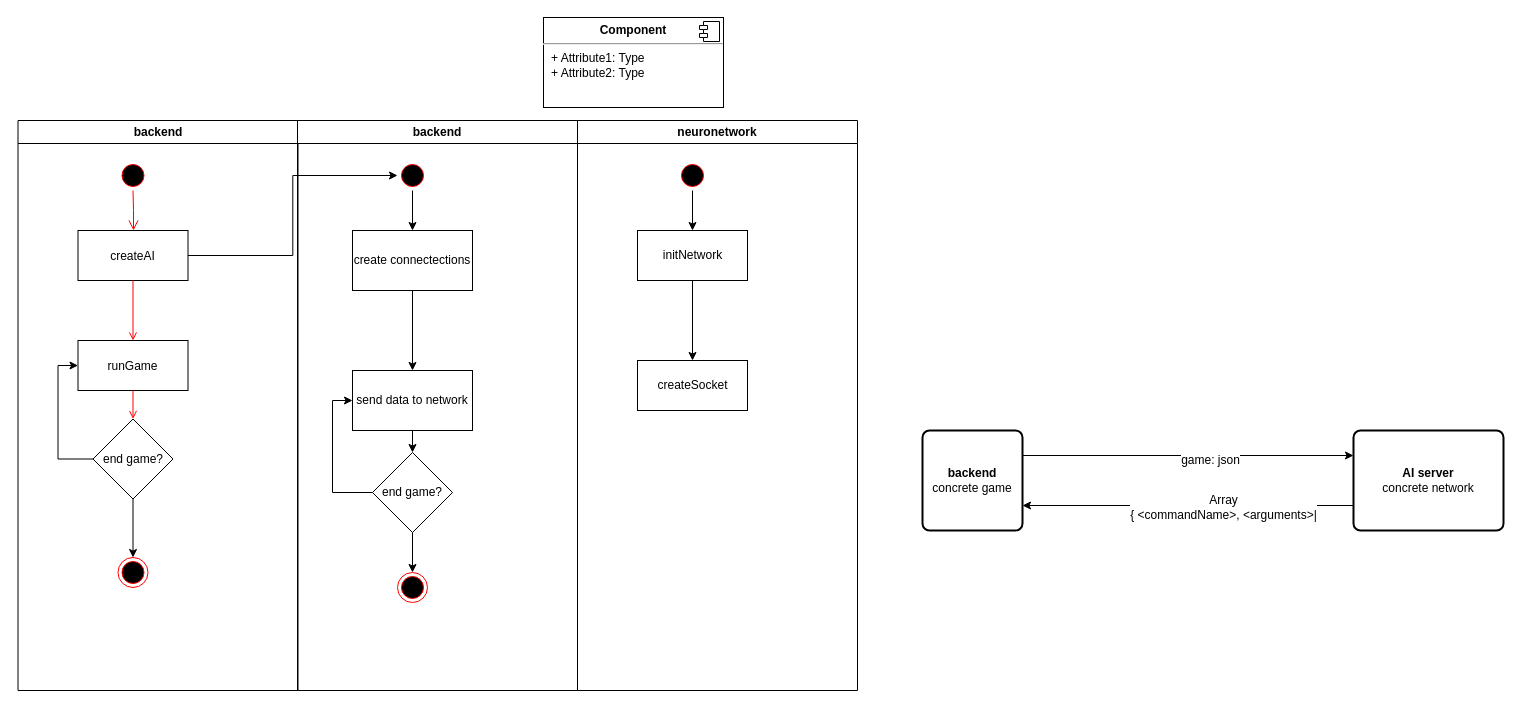
Above: Игрок против ИИ/AI mamagment.drawio in 7kia/dissertation-of-master-student (draw.io), before the change. Source tidied: cells renumbered, new cells numbered last; positions are measured from the earlier drawing's top-left corner, leaving out a move shared by most shapes. Both pictures are drawn from the tidied source at 100%, with x=0, y=0 at pixel (17, 17).
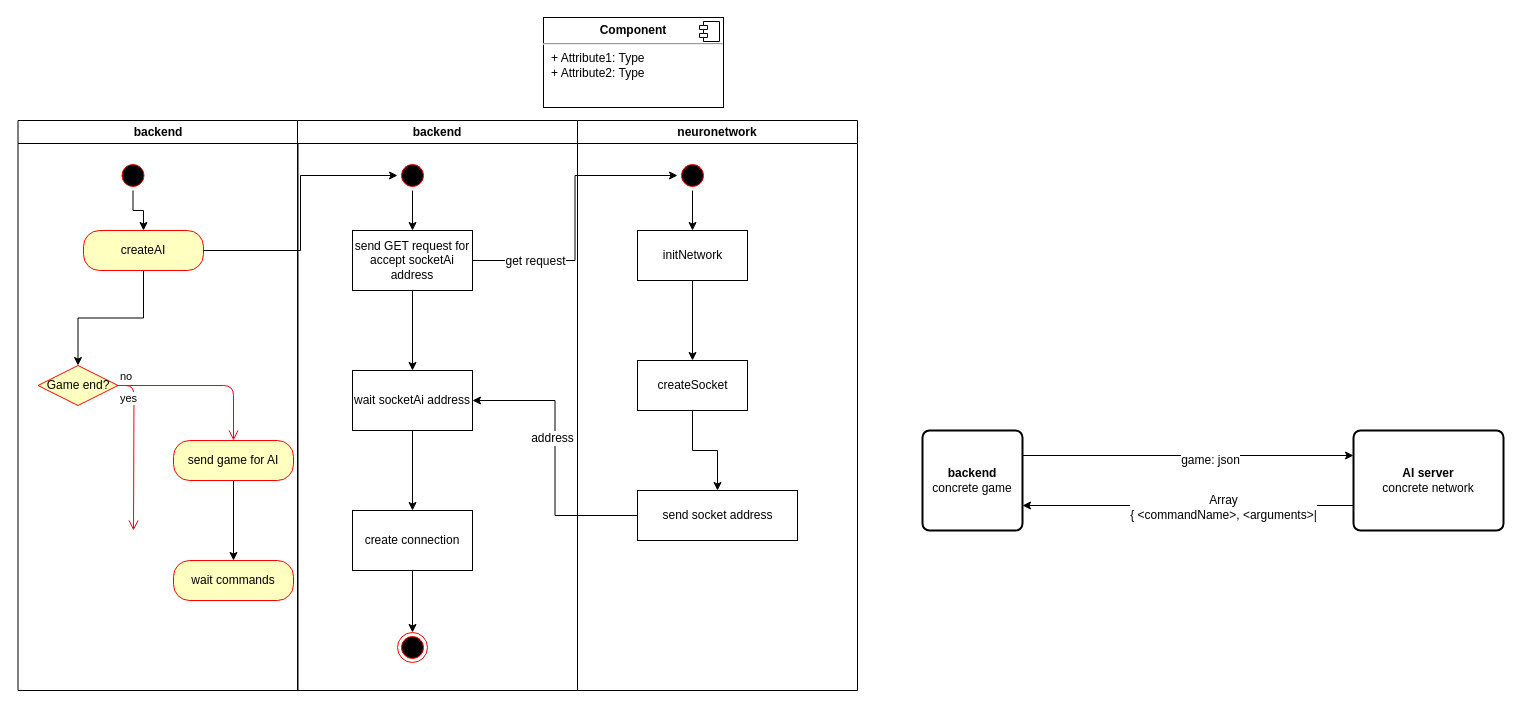
After the change.

The change refers to these unchanged cells:
```xml
<mxCell id="2" value="backend" style="swimlane;whiteSpace=wrap;" parent="1" vertex="1">
  <mxGeometry x="0.5" y="103" width="280" height="570" as="geometry" />
</mxCell>
<mxCell id="3" style="ellipse;shape=startState;fillColor=#000000;strokeColor=#ff0000;" parent="2" vertex="1">
  <mxGeometry x="100" y="40" width="30" height="30" as="geometry" />
</mxCell>
<mxCell id="13" value="backend" style="swimlane;whiteSpace=wrap;" parent="1" vertex="1">
  <mxGeometry x="280" y="103" width="280" height="570" as="geometry" />
</mxCell>
<mxCell id="15" style="ellipse;shape=startState;fillColor=#000000;strokeColor=#ff0000;" parent="13" vertex="1">
  <mxGeometry x="100" y="40" width="30" height="30" as="geometry" />
</mxCell>
<mxCell id="27" value="neuronetwork" style="swimlane;whiteSpace=wrap;" parent="1" vertex="1">
  <mxGeometry x="560" y="103" width="280" height="570" as="geometry" />
</mxCell>
<mxCell id="29" style="ellipse;shape=startState;fillColor=#000000;strokeColor=#ff0000;" parent="27" vertex="1">
  <mxGeometry x="100" y="40" width="30" height="30" as="geometry" />
</mxCell>
<mxCell id="32" value="createSocket" style="html=1;" parent="27" vertex="1">
  <mxGeometry x="60" y="240" width="110" height="50" as="geometry" />
</mxCell>
```

The edit, as a diff of the source:
```diff
@@
+    <mxCell id="4" style="edgeStyle=orthogonalEdgeStyle;rounded=0;jettySize=auto;html=1;exitX=0.5;exitY=1;exitDx=0;exitDy=0;entryX=0.5;entryY=0;entryDx=0;entryDy=0;" parent="2" edge="1" source="3" target="5">
+      <mxGeometry relative="1" as="geometry" />
+    </mxCell>
@@
-    <mxCell id="4" style="edgeStyle=elbowEdgeStyle;elbow=horizontal;verticalAlign=bottom;endArrow=open;endSize=8;strokeColor=#FF0000;endFill=1;rounded=0;" parent="2" edge="1" source="3" target="5">
-      <mxGeometry x="100" y="40" as="geometry" />
-    </mxCell>
+    <mxCell id="39" style="edgeStyle=orthogonalEdgeStyle;rounded=0;jettySize=auto;html=1;entryX=0.5;entryY=0;entryDx=0;entryDy=0;" parent="2" edge="1" source="5" target="40">
+      <mxGeometry relative="1" as="geometry" />
+    </mxCell>
-    <mxCell id="5" value="createAI" parent="2" vertex="1">
-      <mxGeometry x="60" y="110" width="110" height="50" as="geometry" />
+    <mxCell id="5" value="createAI" style="rounded=1;whiteSpace=wrap;html=1;arcSize=40;fontColor=#000000;fillColor=#ffffc0;strokeColor=#ff0000;" parent="2" vertex="1">
+      <mxGeometry x="65.5" y="110" width="120" height="40" as="geometry" />
     </mxCell>
-    <mxCell id="6" value="runGame" parent="2" vertex="1">
-      <mxGeometry x="60" y="220" width="110" height="50" as="geometry" />
-    </mxCell>
-    <mxCell id="7" style="endArrow=open;strokeColor=#FF0000;endFill=1;rounded=0;" parent="2" edge="1" source="5" target="6">
-      <mxGeometry relative="1" as="geometry" />
-    </mxCell>
-    <mxCell id="8" style="endArrow=open;strokeColor=#FF0000;endFill=1;rounded=0;entryX=0.5;entryY=0;entryDx=0;entryDy=0;" parent="2" edge="1" source="6" target="12">
-      <mxGeometry relative="1" as="geometry" />
-    </mxCell>
-    <mxCell id="9" style="ellipse;html=1;shape=endState;fillColor=#000000;strokeColor=#ff0000;" parent="2" vertex="1">
-      <mxGeometry x="100" y="437" width="30" height="30" as="geometry" />
-    </mxCell>
-    <mxCell id="10" style="edgeStyle=orthogonalEdgeStyle;rounded=0;jettySize=auto;html=1;exitX=0.5;exitY=1;exitDx=0;exitDy=0;entryX=0.5;entryY=0;entryDx=0;entryDy=0;" parent="2" edge="1" source="12" target="9">
-      <mxGeometry relative="1" as="geometry" />
-    </mxCell>
-    <mxCell id="11" style="edgeStyle=orthogonalEdgeStyle;rounded=0;jettySize=auto;html=1;exitX=0;exitY=0.5;exitDx=0;exitDy=0;entryX=0;entryY=0.5;entryDx=0;entryDy=0;" parent="2" edge="1" source="12" target="6">
-      <mxGeometry relative="1" as="geometry" />
-    </mxCell>
-    <mxCell id="12" value="end game?" style="rhombus;whiteSpace=wrap;html=1;" parent="2" vertex="1">
-      <mxGeometry x="75" y="298.5" width="80" height="80" as="geometry" />
-    </mxCell>
+    <mxCell id="40" value="Game end?" style="rhombus;whiteSpace=wrap;html=1;fillColor=#ffffc0;strokeColor=#ff0000;" parent="2" vertex="1">
+      <mxGeometry x="20" y="245" width="80" height="40" as="geometry" />
+    </mxCell>
+    <mxCell id="41" value="no" style="edgeStyle=orthogonalEdgeStyle;html=1;align=left;verticalAlign=bottom;endArrow=open;endSize=8;strokeColor=#ff0000;" parent="2" edge="1" source="40" target="44">
+      <mxGeometry x="-1" relative="1" as="geometry" />
+    </mxCell>
+    <mxCell id="42" value="yes" style="edgeStyle=orthogonalEdgeStyle;html=1;align=left;verticalAlign=top;endArrow=open;endSize=8;strokeColor=#ff0000;" parent="2" edge="1" source="40">
+      <mxGeometry x="-1" relative="1" as="geometry">
+        <mxPoint x="115.5" y="410" as="targetPoint" />
+      </mxGeometry>
+    </mxCell>
+    <mxCell id="43" style="edgeStyle=orthogonalEdgeStyle;rounded=0;jettySize=auto;html=1;" parent="2" edge="1" source="44" target="45">
+      <mxGeometry relative="1" as="geometry" />
+    </mxCell>
+    <mxCell id="44" value="send game for AI" style="rounded=1;whiteSpace=wrap;html=1;arcSize=40;fontColor=#000000;fillColor=#ffffc0;strokeColor=#ff0000;" parent="2" vertex="1">
+      <mxGeometry x="155.5" y="320" width="120" height="40" as="geometry" />
+    </mxCell>
+    <mxCell id="45" value="wait commands" style="rounded=1;whiteSpace=wrap;html=1;arcSize=40;fontColor=#000000;fillColor=#ffffc0;strokeColor=#ff0000;" parent="2" vertex="1">
+      <mxGeometry x="155.5" y="440" width="120" height="40" as="geometry" />
+    </mxCell>
@@
-    <mxCell id="16" style="edgeStyle=orthogonalEdgeStyle;rounded=0;jettySize=auto;html=1;" parent="13" edge="1" source="17" target="19">
-      <mxGeometry relative="1" as="geometry" />
-    </mxCell>
+    <mxCell id="46" style="edgeStyle=orthogonalEdgeStyle;rounded=0;jettySize=auto;html=1;" parent="13" edge="1" source="17" target="48">
+      <mxGeometry relative="1" as="geometry" />
+    </mxCell>
-    <mxCell id="17" value="create connectections" style="rounded=0;whiteSpace=wrap;html=1;" parent="13" vertex="1">
+    <mxCell id="17" value="send GET request for accept socketAi address" style="rounded=0;whiteSpace=wrap;html=1;" parent="13" vertex="1">
       <mxGeometry x="55" y="110" width="120" height="60" as="geometry" />
     </mxCell>
-    <mxCell id="18" style="edgeStyle=orthogonalEdgeStyle;rounded=0;jettySize=auto;html=1;exitX=0.5;exitY=1;exitDx=0;exitDy=0;entryX=0.5;entryY=0;entryDx=0;entryDy=0;" parent="13" edge="1" source="19" target="21">
-      <mxGeometry relative="1" as="geometry" />
-    </mxCell>
-    <mxCell id="19" value="send data to network" style="rounded=0;whiteSpace=wrap;html=1;" parent="13" vertex="1">
-      <mxGeometry x="55" y="250" width="120" height="60" as="geometry" />
-    </mxCell>
-    <mxCell id="20" style="edgeStyle=orthogonalEdgeStyle;rounded=0;jettySize=auto;html=1;exitX=0;exitY=0.5;exitDx=0;exitDy=0;entryX=0;entryY=0.5;entryDx=0;entryDy=0;" parent="13" edge="1" source="21" target="19">
-      <mxGeometry relative="1" as="geometry" />
-    </mxCell>
-    <mxCell id="21" value="end game?" style="rhombus;whiteSpace=wrap;html=1;" parent="13" vertex="1">
-      <mxGeometry x="75" y="332" width="80" height="80" as="geometry" />
-    </mxCell>
-    <mxCell id="22" style="ellipse;html=1;shape=endState;fillColor=#000000;strokeColor=#ff0000;" parent="13" vertex="1">
-      <mxGeometry x="100" y="452" width="30" height="30" as="geometry" />
-    </mxCell>
-    <mxCell id="23" style="edgeStyle=orthogonalEdgeStyle;rounded=0;jettySize=auto;html=1;exitX=0.5;exitY=1;exitDx=0;exitDy=0;" parent="13" edge="1" source="21" target="22">
-      <mxGeometry relative="1" as="geometry" />
-    </mxCell>
+    <mxCell id="47" style="edgeStyle=orthogonalEdgeStyle;rounded=0;jettySize=auto;html=1;" parent="13" edge="1" source="48" target="49">
+      <mxGeometry relative="1" as="geometry" />
+    </mxCell>
+    <mxCell id="48" value="wait socketAi address " style="rounded=0;whiteSpace=wrap;html=1;" parent="13" vertex="1">
+      <mxGeometry x="55" y="250" width="120" height="60" as="geometry" />
+    </mxCell>
+    <mxCell id="49" value="create connection" style="rounded=0;whiteSpace=wrap;html=1;" parent="13" vertex="1">
+      <mxGeometry x="55" y="390" width="120" height="60" as="geometry" />
+    </mxCell>
+    <mxCell id="50" style="ellipse;html=1;shape=endState;fillColor=#000000;strokeColor=#ff0000;" parent="13" vertex="1">
+      <mxGeometry x="100" y="512" width="30" height="30" as="geometry" />
+    </mxCell>
+    <mxCell id="51" style="edgeStyle=orthogonalEdgeStyle;rounded=0;jettySize=auto;html=1;exitX=0.5;exitY=1;exitDx=0;exitDy=0;entryX=0.5;entryY=0;entryDx=0;entryDy=0;" parent="13" edge="1" source="49" target="50">
+      <mxGeometry relative="1" as="geometry" />
+    </mxCell>
@@
-    <mxCell id="26" style="edgeStyle=orthogonalEdgeStyle;rounded=0;jettySize=auto;html=1;exitX=1;exitY=0.5;exitDx=0;exitDy=0;entryX=0;entryY=0.5;entryDx=0;entryDy=0;" parent="1" edge="1" source="5" target="15">
+    <mxCell id="26" style="edgeStyle=orthogonalEdgeStyle;rounded=0;jettySize=auto;html=1;entryX=0;entryY=0.5;entryDx=0;entryDy=0;exitX=1;exitY=0.5;exitDx=0;exitDy=0;" parent="1" edge="1" source="5" target="15">
       <mxGeometry relative="1" as="geometry" />
     </mxCell>
@@
+    <mxCell id="52" style="edgeStyle=orthogonalEdgeStyle;rounded=0;jettySize=auto;html=1;" parent="27" edge="1" source="32" target="53">
+      <mxGeometry relative="1" as="geometry" />
+    </mxCell>
@@
+    <mxCell id="53" value="send socket address" style="html=1;" parent="27" vertex="1">
+      <mxGeometry x="60" y="370" width="160" height="50" as="geometry" />
+    </mxCell>
@@
+    <mxCell id="54" style="edgeStyle=orthogonalEdgeStyle;rounded=0;jettySize=auto;html=1;exitX=1;exitY=0.5;exitDx=0;exitDy=0;entryX=0;entryY=0.5;entryDx=0;entryDy=0;" parent="1" edge="1" source="17" target="29">
+      <mxGeometry relative="1" as="geometry" />
+    </mxCell>
+    <mxCell id="55" value="get request" style="text;html=1;align=center;verticalAlign=middle;labelBackgroundColor=#ffffff;" parent="54" vertex="1">
+      <mxGeometry x="-0.57" relative="1" as="geometry" />
+    </mxCell>
+    <mxCell id="56" style="edgeStyle=orthogonalEdgeStyle;rounded=0;jettySize=auto;html=1;entryX=1;entryY=0.5;entryDx=0;entryDy=0;" parent="1" edge="1" source="53" target="48">
+      <mxGeometry relative="1" as="geometry" />
+    </mxCell>
+    <mxCell id="57" value="address" style="text;html=1;align=center;verticalAlign=middle;labelBackgroundColor=#ffffff;" parent="56" vertex="1">
+      <mxGeometry x="0.14" y="3" relative="1" as="geometry" />
+    </mxCell>
```
